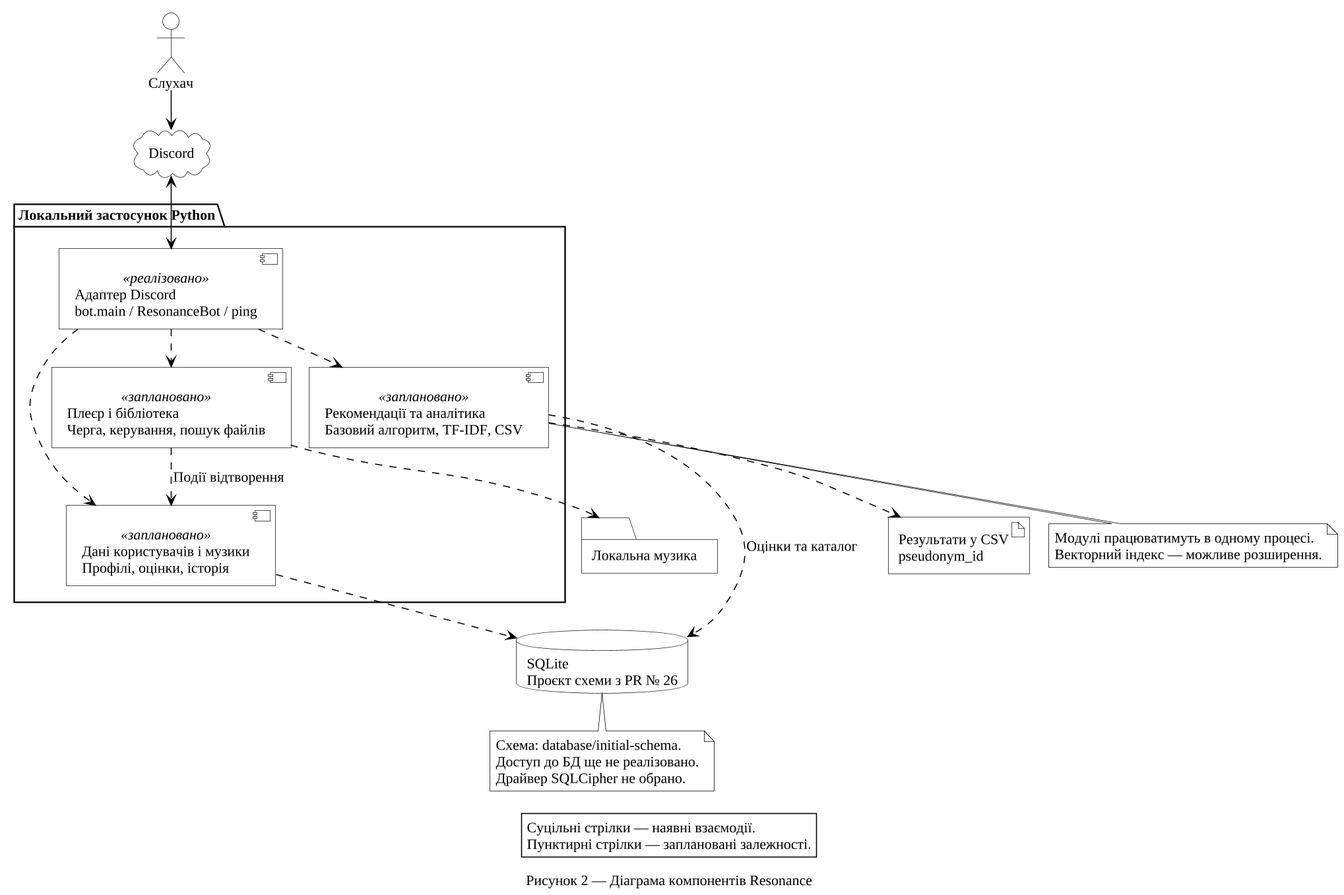
This is docs/components.png from G10BAL/team-project, a PlantUML export, as it was before one commit.
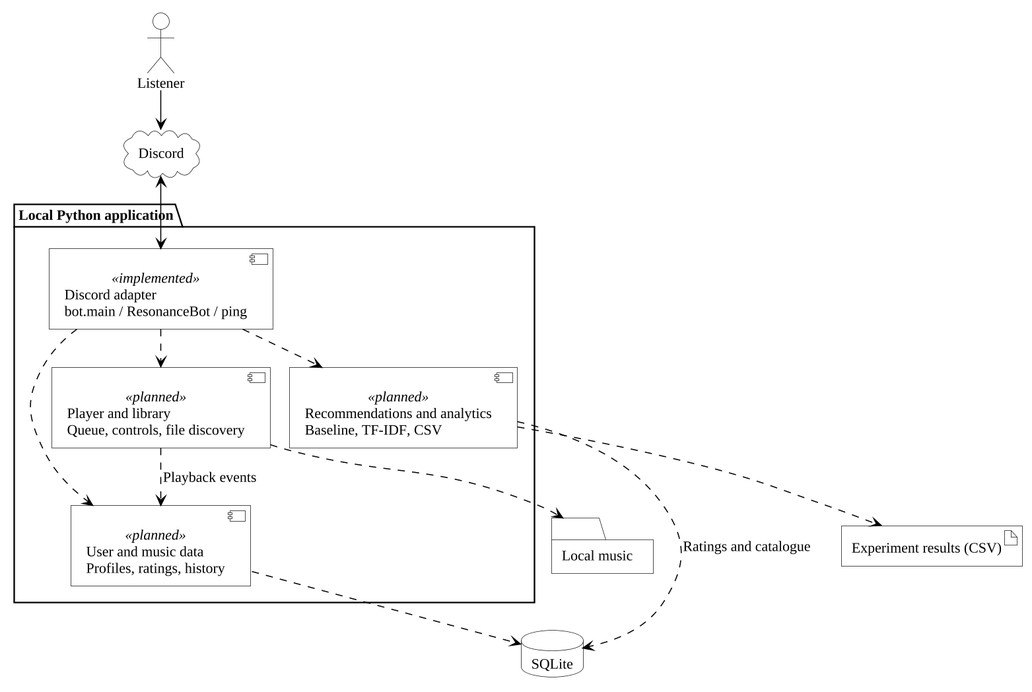
The same file after the commit.

The edit, as a diff of the source:
```diff
@@ -2,39 +2,25 @@
 !include diagram-style.iuml
 !pragma layout smetana
 skinparam componentStyle uml2
-actor "Слухач" as Listener
+actor "Listener" as Listener
 cloud "Discord" as Discord
-package "Локальний застосунок Python" {
-  component "Адаптер Discord\nbot.main / ResonanceBot / ping" as adapter <<реалізовано>>
-  component "Плеєр і бібліотека\nЧерга, керування, пошук файлів" as player <<заплановано>>
-  component "Дані користувачів і музики\nПрофілі, оцінки, історія" as users <<заплановано>>
-  component "Рекомендації та аналітика\nБазовий алгоритм, TF-IDF, CSV" as recs <<заплановано>>
+package "Local Python application" {
+  component "Discord adapter\nbot.main / ResonanceBot / ping" as adapter <<implemented>>
+  component "Player and library\nQueue, controls, file discovery" as player <<planned>>
+  component "User and music data\nProfiles, ratings, history" as users <<planned>>
+  component "Recommendations and analytics\nBaseline, TF-IDF, CSV" as recs <<planned>>
 }
-database "SQLite\nПроєкт схеми з PR № 26" as db
-folder "Локальна музика" as music
-artifact "Результати у CSV\npseudonym_id" as csv
+database "SQLite" as db
+folder "Local music" as music
+artifact "Experiment results (CSV)" as csv
 Listener --> Discord
 Discord <--> adapter
 adapter ..> player
 adapter ..> users
 adapter ..> recs
 player ..> music
-player ..> users : Події відтворення
+player ..> users : Playback events
 users ..> db
-recs ..> db : Оцінки та каталог
+recs ..> db : Ratings and catalogue
 recs ..> csv
-note bottom of db
-Схема: database/initial-schema.
-Доступ до БД ще не реалізовано.
-Драйвер SQLCipher не обрано.
-end note
-note bottom of recs
-Модулі працюватимуть в одному процесі.
-Векторний індекс — можливе розширення.
-end note
-legend bottom
-Суцільні стрілки — наявні взаємодії.
-Пунктирні стрілки — заплановані залежності.
-endlegend
-caption Рисунок 2 — Діаграма компонентів Resonance
 @enduml
```
